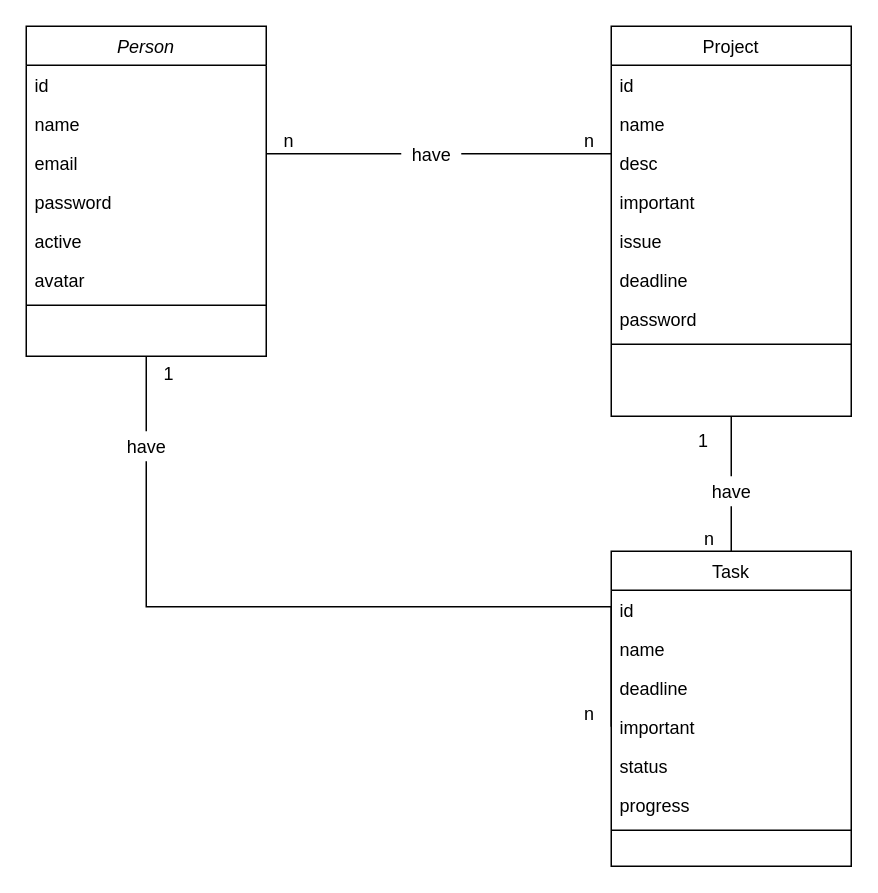
Above: Dia_Chart/Class__TodoList.drawio in jinadrian99/TodoList (draw.io), before the change. Source tidied: cells renumbered, new cells numbered last; positions are measured from the earlier drawing's top-left corner, leaving out a move shared by most shapes. Both pictures are drawn from the tidied source at 150%, with x=0, y=0 at pixel (26, 26).
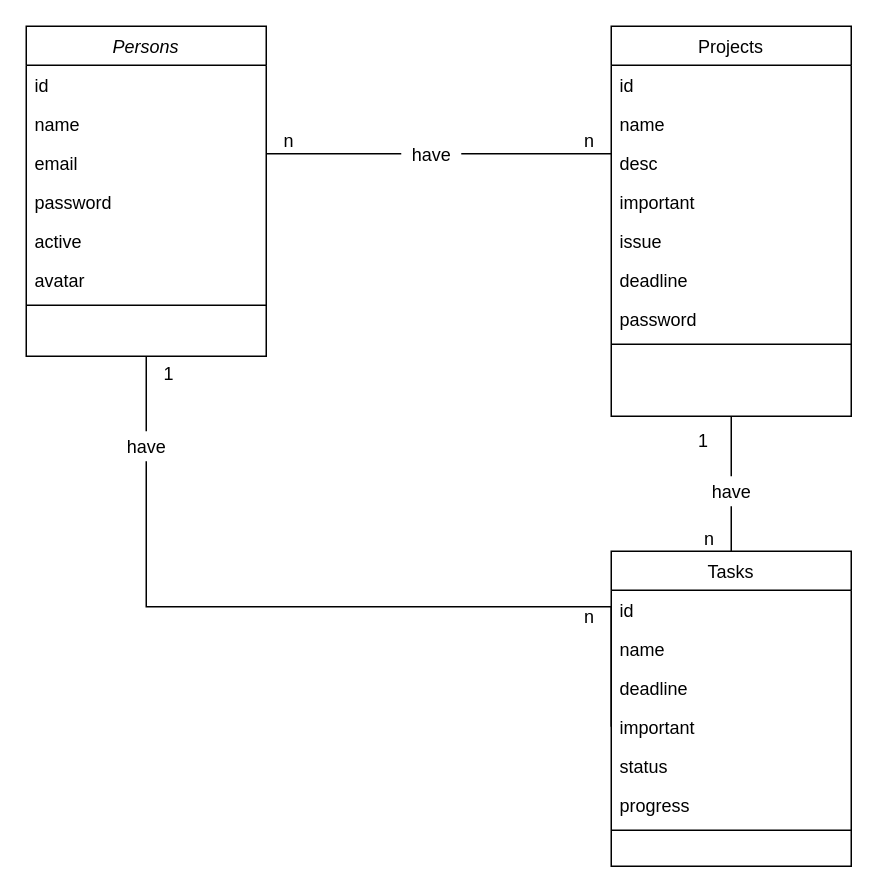
After the change.

The change refers to these unchanged cells:
```xml
<mxCell id="35" style="endArrow=none;shadow=0;strokeWidth=1;rounded=0;endFill=0;edgeStyle=elbowEdgeStyle;elbow=vertical;startArrow=none;entryX=0;entryY=0.5;entryDx=0;entryDy=0;" parent="1" edge="1" source="34" target="28">
  <mxGeometry x="0.5" y="41" relative="1" as="geometry">
    <Array as="points">
      <mxPoint x="230" y="387" />
    </Array>
    <mxPoint x="-40" y="32" as="offset" />
  </mxGeometry>
</mxCell>
```

The edit, as a diff of the source:
```diff
@@
-    <mxCell id="2" value="Person" style="swimlane;fontStyle=2;align=center;verticalAlign=top;horizontal=1;startSize=26;rounded=0;shadow=0;strokeWidth=1;" parent="1" vertex="1">
+    <mxCell id="2" value="Persons" style="swimlane;fontStyle=2;align=center;verticalAlign=top;horizontal=1;startSize=26;rounded=0;shadow=0;strokeWidth=1;" parent="1" vertex="1">
       <mxGeometry width="160" height="220" as="geometry" />
     </mxCell>
@@
-    <mxCell id="10" value="Project" style="swimlane;fontStyle=0;align=center;verticalAlign=top;horizontal=1;startSize=26;rounded=0;shadow=0;strokeWidth=1;" parent="1" vertex="1">
+    <mxCell id="10" value="Projects" style="swimlane;fontStyle=0;align=center;verticalAlign=top;horizontal=1;startSize=26;rounded=0;shadow=0;strokeWidth=1;" parent="1" vertex="1">
       <mxGeometry x="390" width="160" height="260" as="geometry" />
     </mxCell>
@@
-    <mxCell id="24" value="Task" style="swimlane;fontStyle=0;align=center;verticalAlign=top;horizontal=1;startSize=26;rounded=0;shadow=0;strokeWidth=1;" parent="1" vertex="1">
+    <mxCell id="24" value="Tasks" style="swimlane;fontStyle=0;align=center;verticalAlign=top;horizontal=1;startSize=26;rounded=0;shadow=0;strokeWidth=1;" parent="1" vertex="1">
       <mxGeometry x="390" y="350" width="160" height="210" as="geometry" />
     </mxCell>
@@
     <mxCell id="36" value="n" style="align=right;verticalAlign=bottom;labelBackgroundColor=none;fontSize=12;" parent="35" vertex="1">
       <mxGeometry x="1" relative="1" as="geometry">
-        <mxPoint x="-10" as="offset" />
+        <mxPoint x="-10" y="-65" as="offset" />
       </mxGeometry>
     </mxCell>
```
